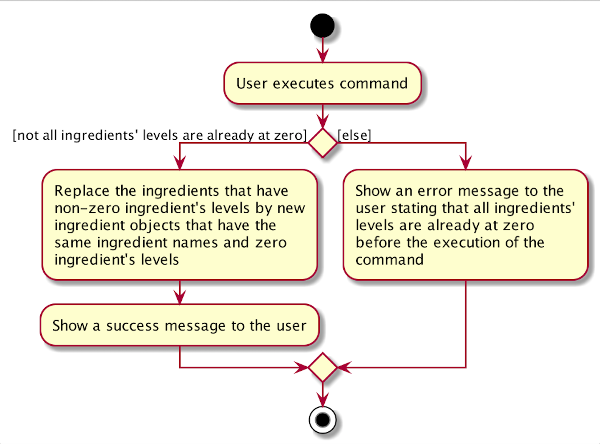
This is docs/images/IngredientResetAllActivityDiagram.png from nus-cs2103-AY2021S1/tp, a PlantUML export, as it was before one commit. Its source is kept beside it as docs/diagrams/IngredientResetAllActivityDiagram.puml.
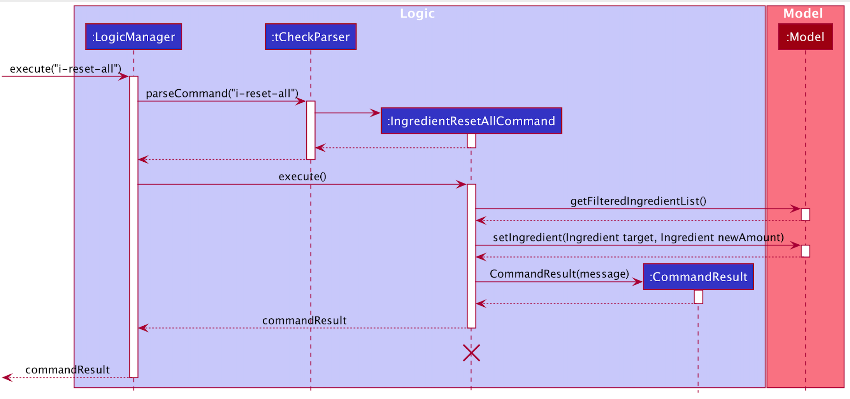
The same diagram one commit later.

Diff of the diagram source:
```diff
@@ -13,7 +13,7 @@
 else ([else])
     :Show an error message to the
     user stating that all ingredients'
-    levels are already at zero
+    levels are already at zero$
     before the execution of the
     command;
 endif
```
